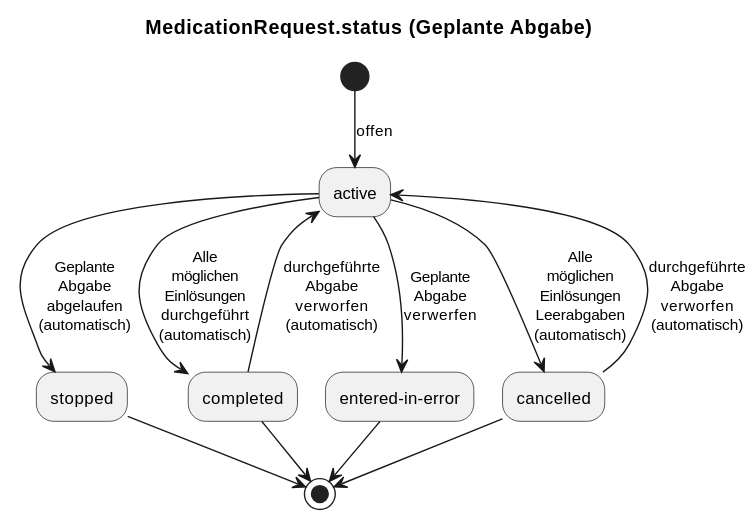
This is r4-ELGA-e-Medikation-main/plantuml/workflow_mr_status_geplanteabgabe.svg from HL7Austria/hl7austria.github.io, a PlantUML export, as it was before one commit.
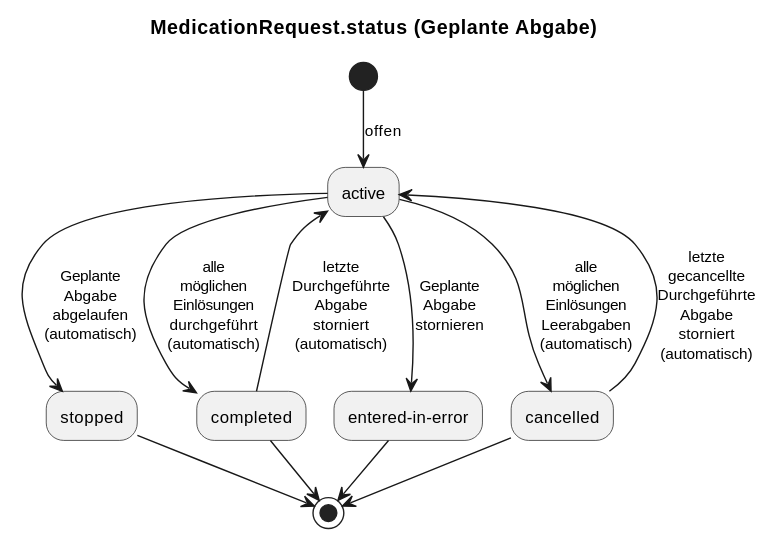
After the commit.

Diff of the diagram source:
```diff
@@ -3,11 +3,11 @@
 
 (*) --> [offen] active
 active --> [Geplante\nAbgabe\nabgelaufen\n(automatisch)] stopped
-active --> [Alle\nmöglichen\nEinlösungen\ndurchgeführt\n(automatisch)] completed
-active --> [Geplante\nAbgabe\nverwerfen] entered-in-error
-active --> [Alle\nmöglichen\nEinlösungen\nLeerabgaben\n(automatisch)] cancelled
-completed --> [durchgeführte\nAbgabe\nverworfen\n(automatisch)] active
-cancelled --> [durchgeführte\nAbgabe\nverworfen\n(automatisch)] active
+active --> [alle\nmöglichen\nEinlösungen\ndurchgeführt\n(automatisch)] completed
+active --> [Geplante\nAbgabe\nstornieren] entered-in-error
+active --> [alle\nmöglichen\nEinlösungen\nLeerabgaben\n(automatisch)] cancelled
+completed --> [letzte\nDurchgeführte\nAbgabe\nstorniert\n(automatisch)] active
+cancelled --> [letzte\ngecancellte\nDurchgeführte\nAbgabe\nstorniert\n(automatisch)] active
 stopped --> (*)
 "entered-in-error" --> (*)
 completed --> (*)
```
